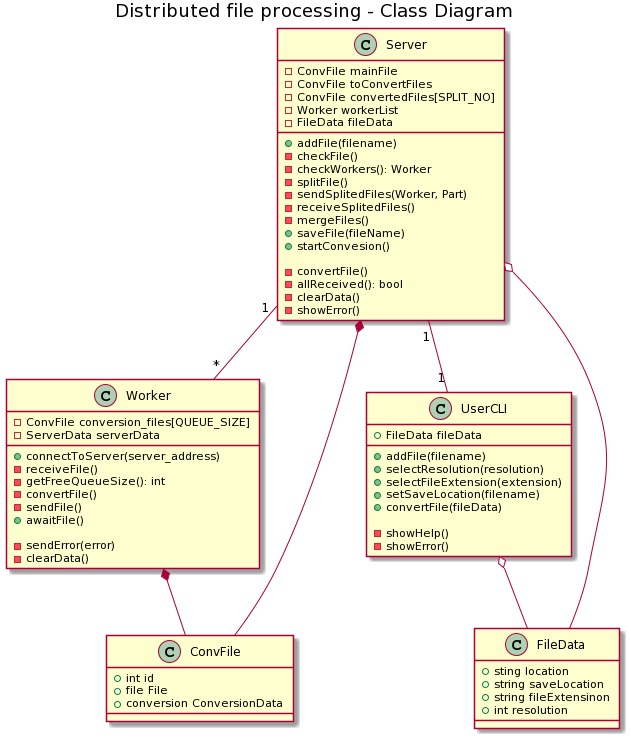
Earlier version of the PlantUML export docs/uml_diagram.png (ArturBa/distributed_file_processing).
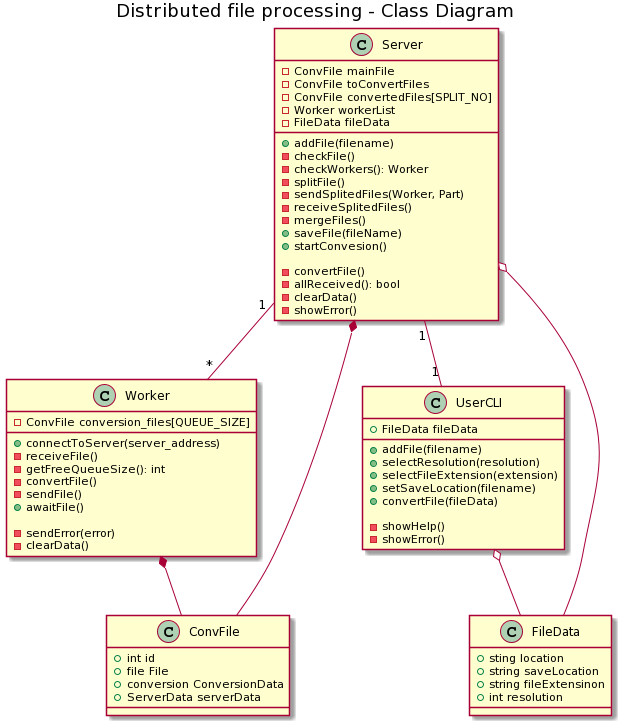
The same file after the commit.

Commit message:
Change server data location into ConvFile

The edit, as a diff of the source:
```diff
@@ -4,7 +4,6 @@
 
 class Worker {
     -ConvFile conversion_files[QUEUE_SIZE]
-    -ServerData serverData
 
     +connectToServer(server_address)
     -receiveFile()
@@ -21,6 +20,7 @@
     +int id
     +file File
     +conversion ConversionData
+    +ServerData serverData
 }
 
 Worker *-- ConvFile
```
